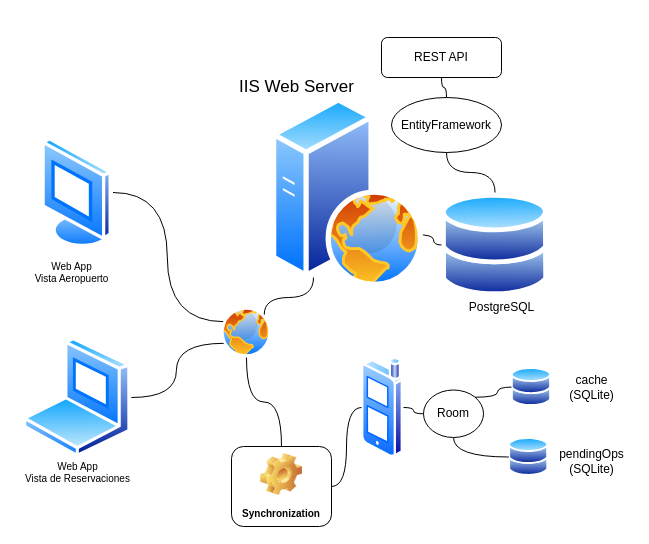
Before: docs/diagramaArqui.drawio in itcr3442/CE3101-TECAir, a draw.io diagram. Source tidied: cells renumbered, new cells numbered last; positions are measured from the earlier drawing's top-left corner, leaving out a move shared by most shapes. Both pictures are drawn from the tidied source at 100%, with x=0, y=0 at pixel (17, 37).
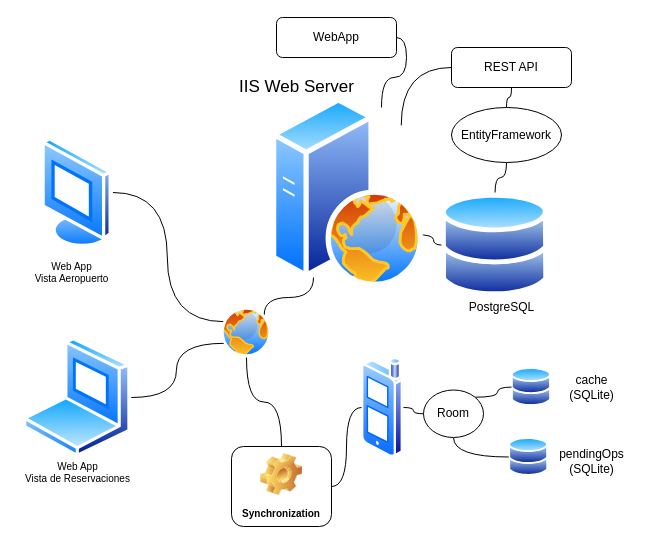
The same diagram, later.

Commit message (it also covers changes not shown here):
add class diagrams, found problems, arquitecture description

Unchanged cells that the change refers to:
```xml
<mxCell id="7" style="perimeter=ellipsePerimeter;html=1;align=center;shadow=0;dashed=0;spacingTop=3;image;image=img/lib/active_directory/web_server.svg;" parent="1" vertex="1">
  <mxGeometry x="254" y="60" width="152" height="190" as="geometry" />
</mxCell>
```

Change to the diagram source:
```diff
@@
+    <mxCell id="31" style="edgeStyle=orthogonalEdgeStyle;curved=1;html=1;exitX=0;exitY=0.5;exitDx=0;exitDy=0;entryX=1;entryY=0;entryDx=0;entryDy=0;endArrow=none;endFill=0;" parent="1" edge="1" source="16" target="7">
+      <mxGeometry relative="1" as="geometry" />
+    </mxCell>
     <mxCell id="16" value="REST API" style="rounded=1;whiteSpace=wrap;html=1;" parent="1" vertex="1">
-      <mxGeometry x="364" width="120" height="40" as="geometry" />
+      <mxGeometry x="434" y="10" width="120" height="40" as="geometry" />
     </mxCell>
@@
     <mxCell id="19" value="EntityFramework" style="ellipse;whiteSpace=wrap;html=1;" parent="1" vertex="1">
-      <mxGeometry x="374" y="60" width="110" height="55" as="geometry" />
+      <mxGeometry x="434" y="70" width="110" height="55" as="geometry" />
     </mxCell>
@@
+    <mxCell id="32" style="edgeStyle=orthogonalEdgeStyle;html=1;exitX=1;exitY=0.5;exitDx=0;exitDy=0;entryX=0.75;entryY=0;entryDx=0;entryDy=0;endArrow=none;endFill=0;curved=1;" parent="1" edge="1" source="33" target="7">
+      <mxGeometry relative="1" as="geometry" />
+    </mxCell>
+    <mxCell id="33" value="WebApp" style="rounded=1;whiteSpace=wrap;html=1;" parent="1" vertex="1">
+      <mxGeometry x="259" y="-20" width="120" height="40" as="geometry" />
+    </mxCell>
```
